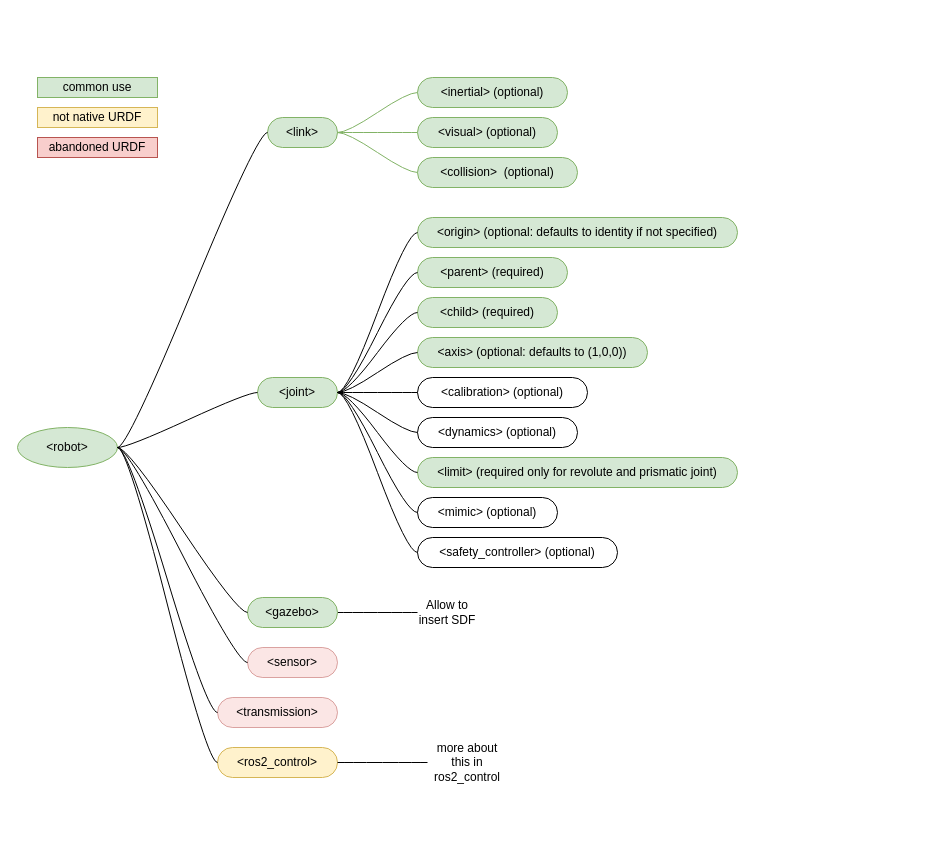
Earlier version of the draw.io diagram src/resources/ros-description.drawio (harleylara/robotics). Source tidied: cells renumbered, new cells numbered last; positions are measured from the earlier drawing's top-left corner, leaving out a move shared by most shapes. Both pictures are drawn from the tidied source at 100%, with x=0, y=0 at pixel (17, 77).
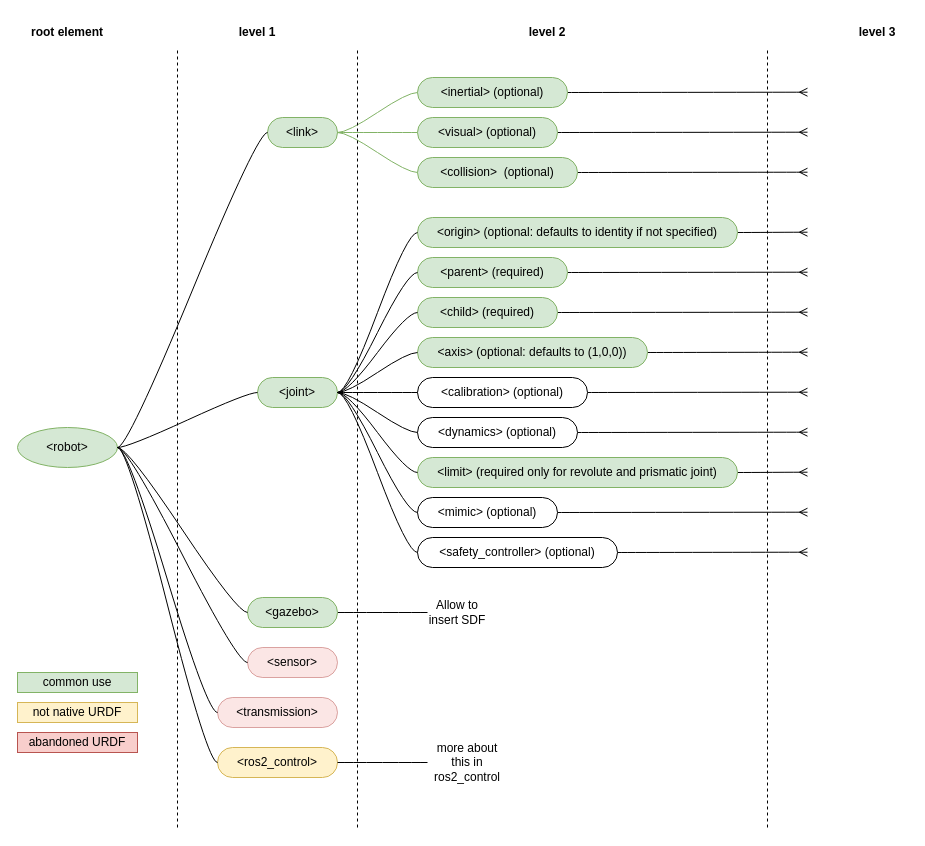
After the change.

Unchanged cells that the change refers to:
```xml
<mxCell id="16" value="&amp;lt;inertial&amp;gt;&amp;nbsp;(optional)" style="whiteSpace=wrap;html=1;rounded=1;arcSize=50;align=center;verticalAlign=middle;strokeWidth=1;spacing=4;newEdgeStyle={&quot;edgeStyle&quot;:&quot;entityRelationEdgeStyle&quot;,&quot;startArrow&quot;:&quot;none&quot;,&quot;endArrow&quot;:&quot;none&quot;,&quot;segment&quot;:10,&quot;curved&quot;:1,&quot;sourcePerimeterSpacing&quot;:0,&quot;targetPerimeterSpacing&quot;:0};fillColor=#d5e8d4;strokeColor=#82b366;" parent="1" vertex="1">
  <mxGeometry x="400" width="150" height="30" as="geometry" />
</mxCell>
<mxCell id="18" value="&amp;lt;visual&amp;gt;&amp;nbsp;(optional)" style="whiteSpace=wrap;html=1;rounded=1;arcSize=50;align=center;verticalAlign=middle;strokeWidth=1;spacing=4;newEdgeStyle={&quot;edgeStyle&quot;:&quot;entityRelationEdgeStyle&quot;,&quot;startArrow&quot;:&quot;none&quot;,&quot;endArrow&quot;:&quot;none&quot;,&quot;segment&quot;:10,&quot;curved&quot;:1,&quot;sourcePerimeterSpacing&quot;:0,&quot;targetPerimeterSpacing&quot;:0};fillColor=#d5e8d4;strokeColor=#82b366;" parent="1" vertex="1">
  <mxGeometry x="400" y="40" width="140" height="30" as="geometry" />
</mxCell>
<mxCell id="20" value="&amp;lt;collision&amp;gt;&amp;nbsp; (optional)" style="whiteSpace=wrap;html=1;rounded=1;arcSize=50;align=center;verticalAlign=middle;strokeWidth=1;spacing=4;newEdgeStyle={&quot;edgeStyle&quot;:&quot;entityRelationEdgeStyle&quot;,&quot;startArrow&quot;:&quot;none&quot;,&quot;endArrow&quot;:&quot;none&quot;,&quot;segment&quot;:10,&quot;curved&quot;:1,&quot;sourcePerimeterSpacing&quot;:0,&quot;targetPerimeterSpacing&quot;:0};fillColor=#d5e8d4;strokeColor=#82b366;" parent="1" vertex="1">
  <mxGeometry x="400" y="80" width="160" height="30" as="geometry" />
</mxCell>
<mxCell id="22" value="&amp;lt;origin&amp;gt;&amp;nbsp;&lt;span style=&quot;text-align: left;&quot;&gt;(optional: defaults to identity if not specified)&lt;/span&gt;" style="whiteSpace=wrap;html=1;rounded=1;arcSize=50;align=center;verticalAlign=middle;strokeWidth=1;spacing=4;newEdgeStyle={&quot;edgeStyle&quot;:&quot;entityRelationEdgeStyle&quot;,&quot;startArrow&quot;:&quot;none&quot;,&quot;endArrow&quot;:&quot;none&quot;,&quot;segment&quot;:10,&quot;curved&quot;:1,&quot;sourcePerimeterSpacing&quot;:0,&quot;targetPerimeterSpacing&quot;:0};fillColor=#d5e8d4;strokeColor=#82b366;" parent="1" vertex="1">
  <mxGeometry x="400" y="140" width="320" height="30" as="geometry" />
</mxCell>
<mxCell id="24" value="&amp;lt;parent&amp;gt; (required)" style="whiteSpace=wrap;html=1;rounded=1;arcSize=50;align=center;verticalAlign=middle;strokeWidth=1;spacing=4;newEdgeStyle={&quot;edgeStyle&quot;:&quot;entityRelationEdgeStyle&quot;,&quot;startArrow&quot;:&quot;none&quot;,&quot;endArrow&quot;:&quot;none&quot;,&quot;segment&quot;:10,&quot;curved&quot;:1,&quot;sourcePerimeterSpacing&quot;:0,&quot;targetPerimeterSpacing&quot;:0};fillColor=#d5e8d4;strokeColor=#82b366;" parent="1" vertex="1">
  <mxGeometry x="400" y="180" width="150" height="30" as="geometry" />
</mxCell>
<mxCell id="26" value="&amp;lt;child&amp;gt; (required)" style="whiteSpace=wrap;html=1;rounded=1;arcSize=50;align=center;verticalAlign=middle;strokeWidth=1;spacing=4;newEdgeStyle={&quot;edgeStyle&quot;:&quot;entityRelationEdgeStyle&quot;,&quot;startArrow&quot;:&quot;none&quot;,&quot;endArrow&quot;:&quot;none&quot;,&quot;segment&quot;:10,&quot;curved&quot;:1,&quot;sourcePerimeterSpacing&quot;:0,&quot;targetPerimeterSpacing&quot;:0};fillColor=#d5e8d4;strokeColor=#82b366;" parent="1" vertex="1">
  <mxGeometry x="400" y="220" width="140" height="30" as="geometry" />
</mxCell>
<mxCell id="28" value="&amp;lt;axis&amp;gt; (optional: defaults to (1,0,0))" style="whiteSpace=wrap;html=1;rounded=1;arcSize=50;align=center;verticalAlign=middle;strokeWidth=1;spacing=4;newEdgeStyle={&quot;edgeStyle&quot;:&quot;entityRelationEdgeStyle&quot;,&quot;startArrow&quot;:&quot;none&quot;,&quot;endArrow&quot;:&quot;none&quot;,&quot;segment&quot;:10,&quot;curved&quot;:1,&quot;sourcePerimeterSpacing&quot;:0,&quot;targetPerimeterSpacing&quot;:0};fillColor=#d5e8d4;strokeColor=#82b366;" parent="1" vertex="1">
  <mxGeometry x="400" y="260" width="230" height="30" as="geometry" />
</mxCell>
<mxCell id="30" value="&amp;lt;calibration&amp;gt; (optional)" style="whiteSpace=wrap;html=1;rounded=1;arcSize=50;align=center;verticalAlign=middle;strokeWidth=1;spacing=4;newEdgeStyle={&quot;edgeStyle&quot;:&quot;entityRelationEdgeStyle&quot;,&quot;startArrow&quot;:&quot;none&quot;,&quot;endArrow&quot;:&quot;none&quot;,&quot;segment&quot;:10,&quot;curved&quot;:1,&quot;sourcePerimeterSpacing&quot;:0,&quot;targetPerimeterSpacing&quot;:0};" parent="1" vertex="1">
  <mxGeometry x="400" y="300" width="170" height="30" as="geometry" />
</mxCell>
<mxCell id="32" value="&amp;lt;dynamics&amp;gt; (optional)" style="whiteSpace=wrap;html=1;rounded=1;arcSize=50;align=center;verticalAlign=middle;strokeWidth=1;spacing=4;newEdgeStyle={&quot;edgeStyle&quot;:&quot;entityRelationEdgeStyle&quot;,&quot;startArrow&quot;:&quot;none&quot;,&quot;endArrow&quot;:&quot;none&quot;,&quot;segment&quot;:10,&quot;curved&quot;:1,&quot;sourcePerimeterSpacing&quot;:0,&quot;targetPerimeterSpacing&quot;:0};" parent="1" vertex="1">
  <mxGeometry x="400" y="340" width="160" height="30" as="geometry" />
</mxCell>
<mxCell id="34" value="&amp;lt;limit&amp;gt; (required only for revolute and prismatic joint)" style="whiteSpace=wrap;html=1;rounded=1;arcSize=50;align=center;verticalAlign=middle;strokeWidth=1;spacing=4;newEdgeStyle={&quot;edgeStyle&quot;:&quot;entityRelationEdgeStyle&quot;,&quot;startArrow&quot;:&quot;none&quot;,&quot;endArrow&quot;:&quot;none&quot;,&quot;segment&quot;:10,&quot;curved&quot;:1,&quot;sourcePerimeterSpacing&quot;:0,&quot;targetPerimeterSpacing&quot;:0};fillColor=#d5e8d4;strokeColor=#82b366;" parent="1" vertex="1">
  <mxGeometry x="400" y="380" width="320" height="30" as="geometry" />
</mxCell>
<mxCell id="36" value="&amp;lt;mimic&amp;gt; (optional)" style="whiteSpace=wrap;html=1;rounded=1;arcSize=50;align=center;verticalAlign=middle;strokeWidth=1;spacing=4;newEdgeStyle={&quot;edgeStyle&quot;:&quot;entityRelationEdgeStyle&quot;,&quot;startArrow&quot;:&quot;none&quot;,&quot;endArrow&quot;:&quot;none&quot;,&quot;segment&quot;:10,&quot;curved&quot;:1,&quot;sourcePerimeterSpacing&quot;:0,&quot;targetPerimeterSpacing&quot;:0};" parent="1" vertex="1">
  <mxGeometry x="400" y="420" width="140" height="30" as="geometry" />
</mxCell>
<mxCell id="38" value="&amp;lt;safety_controller&amp;gt; (optional)" style="whiteSpace=wrap;html=1;rounded=1;arcSize=50;align=center;verticalAlign=middle;strokeWidth=1;spacing=4;newEdgeStyle={&quot;edgeStyle&quot;:&quot;entityRelationEdgeStyle&quot;,&quot;startArrow&quot;:&quot;none&quot;,&quot;endArrow&quot;:&quot;none&quot;,&quot;segment&quot;:10,&quot;curved&quot;:1,&quot;sourcePerimeterSpacing&quot;:0,&quot;targetPerimeterSpacing&quot;:0};" parent="1" vertex="1">
  <mxGeometry x="400" y="460" width="200" height="30" as="geometry" />
</mxCell>
```

Change to the diagram source:
```diff
@@
+    <mxCell id="46" style="edgeStyle=entityRelationEdgeStyle;rounded=0;jettySize=auto;html=1;startArrow=none;endArrow=ERmany;segment=10;curved=1;sourcePerimeterSpacing=0;targetPerimeterSpacing=0;exitX=1;exitY=0.5;exitDx=0;exitDy=0;endFill=0;" parent="1" edge="1" source="16">
+      <mxGeometry relative="1" as="geometry">
+        <mxPoint x="790" y="14.7" as="targetPoint" />
+      </mxGeometry>
+    </mxCell>
@@
+    <mxCell id="47" style="edgeStyle=entityRelationEdgeStyle;rounded=0;jettySize=auto;html=1;startArrow=none;endArrow=ERmany;segment=10;curved=1;sourcePerimeterSpacing=0;targetPerimeterSpacing=0;exitX=1;exitY=0.5;exitDx=0;exitDy=0;endFill=0;" parent="1" edge="1" source="18">
+      <mxGeometry relative="1" as="geometry">
+        <mxPoint x="790" y="54.7" as="targetPoint" />
+      </mxGeometry>
+    </mxCell>
@@
+    <mxCell id="48" style="edgeStyle=entityRelationEdgeStyle;rounded=0;jettySize=auto;html=1;startArrow=none;endArrow=ERmany;segment=10;curved=1;sourcePerimeterSpacing=0;targetPerimeterSpacing=0;exitX=1;exitY=0.5;exitDx=0;exitDy=0;endFill=0;" parent="1" edge="1" source="20">
+      <mxGeometry relative="1" as="geometry">
+        <mxPoint x="790" y="94.7" as="targetPoint" />
+      </mxGeometry>
+    </mxCell>
@@
+    <mxCell id="49" style="edgeStyle=entityRelationEdgeStyle;rounded=0;jettySize=auto;html=1;startArrow=none;endArrow=ERmany;segment=10;curved=1;sourcePerimeterSpacing=0;targetPerimeterSpacing=0;exitX=1;exitY=0.5;exitDx=0;exitDy=0;endFill=0;" parent="1" edge="1" source="22">
+      <mxGeometry relative="1" as="geometry">
+        <mxPoint x="790" y="154.7" as="targetPoint" />
+      </mxGeometry>
+    </mxCell>
@@
+    <mxCell id="50" style="edgeStyle=entityRelationEdgeStyle;rounded=0;jettySize=auto;html=1;startArrow=none;endArrow=ERmany;segment=10;curved=1;sourcePerimeterSpacing=0;targetPerimeterSpacing=0;exitX=1;exitY=0.5;exitDx=0;exitDy=0;endFill=0;" parent="1" edge="1" source="24">
+      <mxGeometry relative="1" as="geometry">
+        <mxPoint x="790" y="194.7" as="targetPoint" />
+      </mxGeometry>
+    </mxCell>
@@
+    <mxCell id="51" style="edgeStyle=entityRelationEdgeStyle;rounded=0;jettySize=auto;html=1;startArrow=none;endArrow=ERmany;segment=10;curved=1;sourcePerimeterSpacing=0;targetPerimeterSpacing=0;exitX=1;exitY=0.5;exitDx=0;exitDy=0;endFill=0;" parent="1" edge="1" source="26">
+      <mxGeometry relative="1" as="geometry">
+        <mxPoint x="790" y="234.7" as="targetPoint" />
+      </mxGeometry>
+    </mxCell>
@@
+    <mxCell id="52" style="edgeStyle=entityRelationEdgeStyle;rounded=0;jettySize=auto;html=1;startArrow=none;endArrow=ERmany;segment=10;curved=1;sourcePerimeterSpacing=0;targetPerimeterSpacing=0;exitX=1;exitY=0.5;exitDx=0;exitDy=0;endFill=0;" parent="1" edge="1" source="28">
+      <mxGeometry relative="1" as="geometry">
+        <mxPoint x="790" y="274.7" as="targetPoint" />
+      </mxGeometry>
+    </mxCell>
@@
+    <mxCell id="53" style="edgeStyle=entityRelationEdgeStyle;rounded=0;jettySize=auto;html=1;startArrow=none;endArrow=ERmany;segment=10;curved=1;sourcePerimeterSpacing=0;targetPerimeterSpacing=0;exitX=1;exitY=0.5;exitDx=0;exitDy=0;endFill=0;" parent="1" edge="1" source="30">
+      <mxGeometry relative="1" as="geometry">
+        <mxPoint x="790" y="314.7" as="targetPoint" />
+      </mxGeometry>
+    </mxCell>
@@
+    <mxCell id="54" style="edgeStyle=entityRelationEdgeStyle;rounded=0;jettySize=auto;html=1;startArrow=none;endArrow=ERmany;segment=10;curved=1;sourcePerimeterSpacing=0;targetPerimeterSpacing=0;exitX=1;exitY=0.5;exitDx=0;exitDy=0;endFill=0;" parent="1" edge="1" source="32">
+      <mxGeometry relative="1" as="geometry">
+        <mxPoint x="790" y="354.7" as="targetPoint" />
+      </mxGeometry>
+    </mxCell>
@@
+    <mxCell id="55" style="edgeStyle=entityRelationEdgeStyle;rounded=0;jettySize=auto;html=1;startArrow=none;endArrow=ERmany;segment=10;curved=1;sourcePerimeterSpacing=0;targetPerimeterSpacing=0;exitX=1;exitY=0.5;exitDx=0;exitDy=0;endFill=0;" parent="1" edge="1" source="34">
+      <mxGeometry relative="1" as="geometry">
+        <mxPoint x="790" y="394.7" as="targetPoint" />
+      </mxGeometry>
+    </mxCell>
@@
+    <mxCell id="56" style="edgeStyle=entityRelationEdgeStyle;rounded=0;jettySize=auto;html=1;startArrow=none;endArrow=ERmany;segment=10;curved=1;sourcePerimeterSpacing=0;targetPerimeterSpacing=0;exitX=1;exitY=0.5;exitDx=0;exitDy=0;endFill=0;" parent="1" edge="1" source="36">
+      <mxGeometry relative="1" as="geometry">
+        <mxPoint x="790" y="434.7" as="targetPoint" />
+      </mxGeometry>
+    </mxCell>
@@
+    <mxCell id="57" style="edgeStyle=entityRelationEdgeStyle;rounded=0;jettySize=auto;html=1;startArrow=none;endArrow=ERmany;segment=10;curved=1;sourcePerimeterSpacing=0;targetPerimeterSpacing=0;exitX=1;exitY=0.5;exitDx=0;exitDy=0;endFill=0;" parent="1" edge="1" source="38">
+      <mxGeometry relative="1" as="geometry">
+        <mxPoint x="790" y="474.7" as="targetPoint" />
+      </mxGeometry>
+    </mxCell>
@@
     <mxCell id="40" value="Allow to insert SDF" style="text;html=1;whiteSpace=wrap;strokeColor=none;fillColor=none;align=center;verticalAlign=middle;rounded=0;" parent="1" vertex="1">
-      <mxGeometry x="400" y="520" width="60" height="30" as="geometry" />
+      <mxGeometry x="410" y="520" width="60" height="30" as="geometry" />
     </mxCell>
     <mxCell id="41" value="common use" style="rounded=0;whiteSpace=wrap;html=1;fillColor=#d5e8d4;strokeColor=#82b366;" parent="1" vertex="1">
-      <mxGeometry x="20" width="120" height="20" as="geometry" />
+      <mxGeometry y="595" width="120" height="20" as="geometry" />
     </mxCell>
     <mxCell id="42" value="not native URDF" style="rounded=0;whiteSpace=wrap;html=1;fillColor=#fff2cc;strokeColor=#d6b656;" parent="1" vertex="1">
-      <mxGeometry x="20" y="30" width="120" height="20" as="geometry" />
+      <mxGeometry y="625" width="120" height="20" as="geometry" />
     </mxCell>
     <mxCell id="43" value="abandoned URDF" style="rounded=0;whiteSpace=wrap;html=1;fillColor=#f8cecc;strokeColor=#b85450;" parent="1" vertex="1">
-      <mxGeometry x="20" y="60" width="120" height="20" as="geometry" />
+      <mxGeometry y="655" width="120" height="20" as="geometry" />
     </mxCell>
@@
+    <mxCell id="58" style="endArrow=none;dashed=1;html=1;rounded=0;" parent="1" edge="1">
+      <mxGeometry relative="1" as="geometry">
+        <mxPoint x="340" y="750" as="sourcePoint" />
+        <mxPoint x="340" y="-30" as="targetPoint" />
+      </mxGeometry>
+    </mxCell>
+    <mxCell id="59" style="endArrow=none;dashed=1;html=1;rounded=0;" parent="1" edge="1">
+      <mxGeometry relative="1" as="geometry">
+        <mxPoint x="160" y="750" as="sourcePoint" />
+        <mxPoint x="160" y="-30" as="targetPoint" />
+      </mxGeometry>
+    </mxCell>
+    <mxCell id="60" style="endArrow=none;dashed=1;html=1;rounded=0;" parent="1" edge="1">
+      <mxGeometry relative="1" as="geometry">
+        <mxPoint x="750" y="750" as="sourcePoint" />
+        <mxPoint x="750" y="-30" as="targetPoint" />
+      </mxGeometry>
+    </mxCell>
+    <mxCell id="61" value="level 1" style="text;html=1;whiteSpace=wrap;strokeColor=none;fillColor=none;align=center;verticalAlign=middle;rounded=0;fontStyle=1;" parent="1" vertex="1">
+      <mxGeometry x="210" y="-60" width="60" height="30" as="geometry" />
+    </mxCell>
+    <mxCell id="62" value="level 2" style="text;html=1;whiteSpace=wrap;strokeColor=none;fillColor=none;align=center;verticalAlign=middle;rounded=0;fontStyle=1;" parent="1" vertex="1">
+      <mxGeometry x="500" y="-60" width="60" height="30" as="geometry" />
+    </mxCell>
+    <mxCell id="63" value="level 3" style="text;html=1;whiteSpace=wrap;strokeColor=none;fillColor=none;align=center;verticalAlign=middle;rounded=0;fontStyle=1;" parent="1" vertex="1">
+      <mxGeometry x="830" y="-60" width="60" height="30" as="geometry" />
+    </mxCell>
+    <mxCell id="64" value="root element" style="text;html=1;whiteSpace=wrap;strokeColor=none;fillColor=none;align=center;verticalAlign=middle;rounded=0;fontStyle=1;" parent="1" vertex="1">
+      <mxGeometry x="2" y="-60" width="96" height="30" as="geometry" />
+    </mxCell>
```
